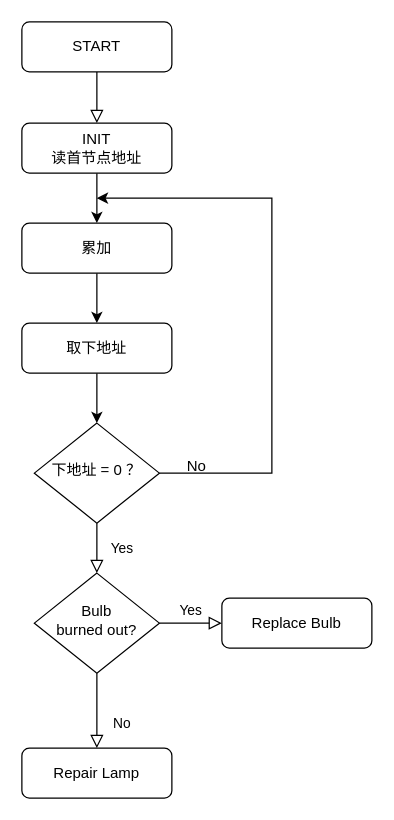
Above: toHandOn/二级拓展指令流程图.drawio in ShiaoYoung/Computer_Composition_Experiment (draw.io), before the change. Source tidied: cells renumbered, new cells numbered last; positions are measured from the earlier drawing's top-left corner, leaving out a move shared by most shapes. Both pictures are drawn from the tidied source at 125%, with x=0, y=0 at pixel (21, 21).
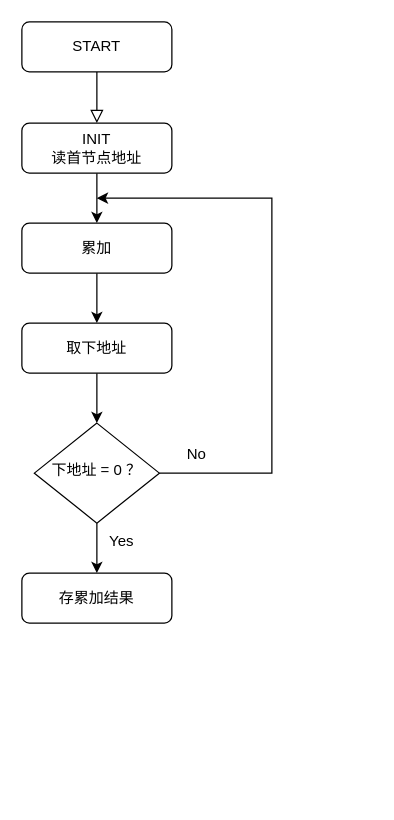
The same diagram, later.

Commit message (it also covers changes not shown here):
更新二级拓展指令流程图.drawio

The change refers to these unchanged cells:
```xml
<mxCell id="6" value="下地址 = 0 ？" style="rhombus;whiteSpace=wrap;html=1;shadow=0;fontFamily=Helvetica;fontSize=12;align=center;strokeWidth=1;spacing=6;spacingTop=-4;" parent="1" vertex="1">
  <mxGeometry x="10" y="321" width="100" height="80" as="geometry" />
</mxCell>
```

Change to the diagram source:
```diff
@@
-    <mxCell id="4" value="Yes" style="rounded=0;html=1;jettySize=auto;fontSize=11;endArrow=block;endFill=0;endSize=8;strokeWidth=1;shadow=0;labelBackgroundColor=none;edgeStyle=orthogonalEdgeStyle;" parent="1" edge="1" source="6" target="9">
-      <mxGeometry y="20" relative="1" as="geometry" />
-    </mxCell>
@@
+    <mxCell id="19" style="edgeStyle=orthogonalEdgeStyle;rounded=0;jettySize=auto;html=1;exitX=0.5;exitY=1;exitDx=0;exitDy=0;entryX=0.5;entryY=0;entryDx=0;entryDy=0;" parent="1" edge="1" source="6" target="20">
+      <mxGeometry relative="1" as="geometry" />
+    </mxCell>
@@
-    <mxCell id="7" value="No" style="rounded=0;html=1;jettySize=auto;fontSize=11;endArrow=block;endFill=0;endSize=8;strokeWidth=1;shadow=0;labelBackgroundColor=none;edgeStyle=orthogonalEdgeStyle;" parent="1" edge="1" source="9" target="10">
-      <mxGeometry x="0.33" y="20" relative="1" as="geometry" />
-    </mxCell>
-    <mxCell id="8" value="Yes" style="edgeStyle=orthogonalEdgeStyle;rounded=0;html=1;jettySize=auto;fontSize=11;endArrow=block;endFill=0;endSize=8;strokeWidth=1;shadow=0;labelBackgroundColor=none;" parent="1" edge="1" source="9" target="11">
-      <mxGeometry y="10" relative="1" as="geometry" />
-    </mxCell>
-    <mxCell id="9" value="Bulb&lt;br&gt;burned out?" style="rhombus;whiteSpace=wrap;html=1;shadow=0;fontFamily=Helvetica;fontSize=12;align=center;strokeWidth=1;spacing=6;spacingTop=-4;" parent="1" vertex="1">
-      <mxGeometry x="10" y="441" width="100" height="80" as="geometry" />
-    </mxCell>
-    <mxCell id="10" value="Repair Lamp" style="rounded=1;whiteSpace=wrap;html=1;fontSize=12;glass=0;strokeWidth=1;shadow=0;" parent="1" vertex="1">
-      <mxGeometry y="581" width="120" height="40" as="geometry" />
-    </mxCell>
-    <mxCell id="11" value="Replace Bulb" style="rounded=1;whiteSpace=wrap;html=1;fontSize=12;glass=0;strokeWidth=1;shadow=0;" parent="1" vertex="1">
-      <mxGeometry x="160" y="461" width="120" height="40" as="geometry" />
-    </mxCell>
@@
     <mxCell id="18" value="No" style="text;html=1;align=center;verticalAlign=middle;whiteSpace=wrap;rounded=0;" parent="1" vertex="1">
-      <mxGeometry x="110" y="341" width="60" height="30" as="geometry" />
+      <mxGeometry x="110" y="331" width="60" height="30" as="geometry" />
     </mxCell>
+    <mxCell id="20" value="存累加结果" style="rounded=1;whiteSpace=wrap;html=1;fontSize=12;glass=0;strokeWidth=1;shadow=0;" parent="1" vertex="1">
+      <mxGeometry y="441" width="120" height="40" as="geometry" />
+    </mxCell>
+    <mxCell id="21" value="Yes" style="text;html=1;align=center;verticalAlign=middle;whiteSpace=wrap;rounded=0;" parent="1" vertex="1">
+      <mxGeometry x="50" y="401" width="60" height="30" as="geometry" />
+    </mxCell>
```
